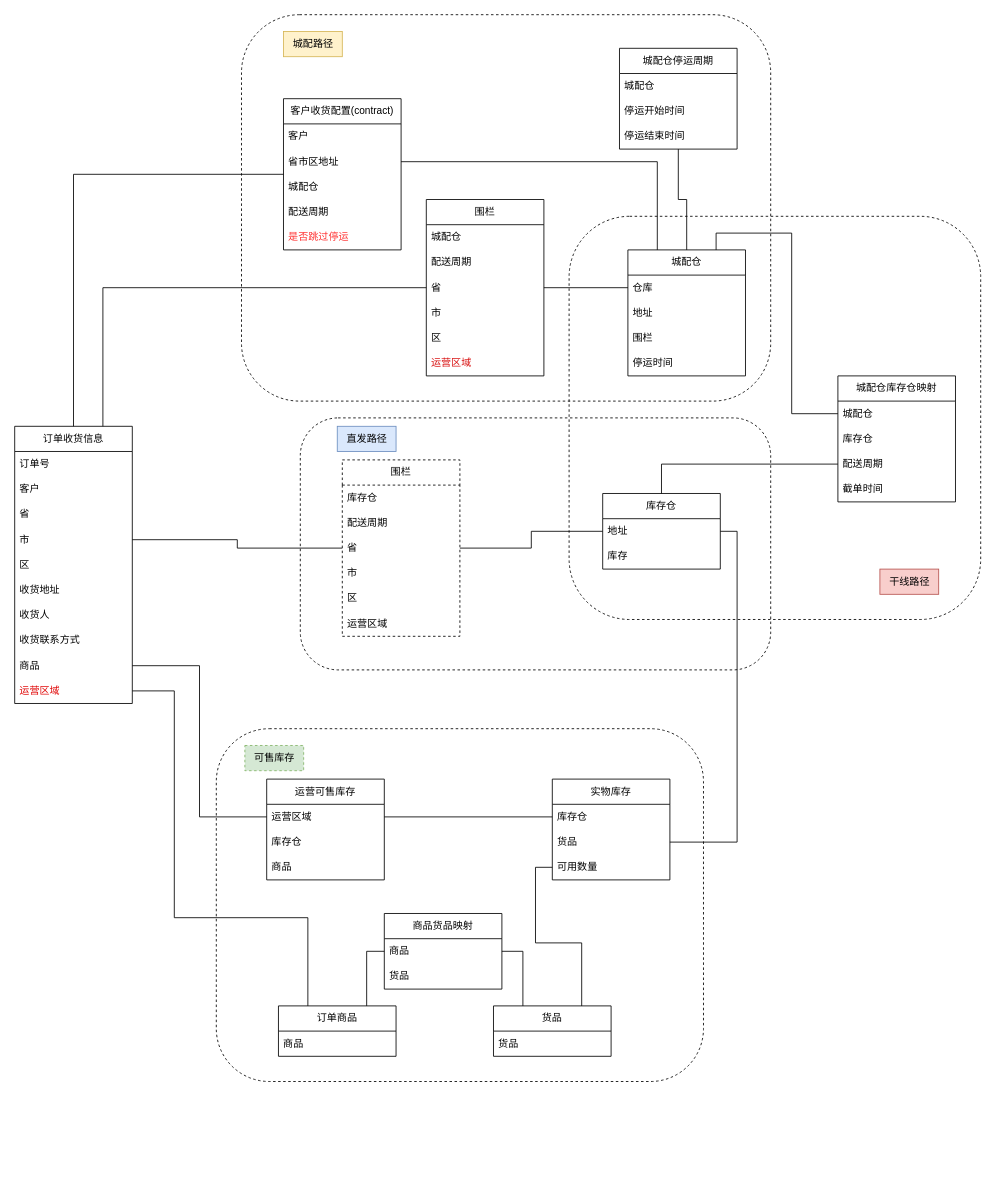
Above: draw.io/履约调度逻辑.drawio in zzqfsy/zzqfsy.github.io (draw.io), before the change. Source tidied: cells renumbered, new cells numbered last; positions are measured from the earlier drawing's top-left corner, leaving out a move shared by most shapes. Both pictures are drawn from the tidied source at 84%, with x=0, y=0 at pixel (14, 14).
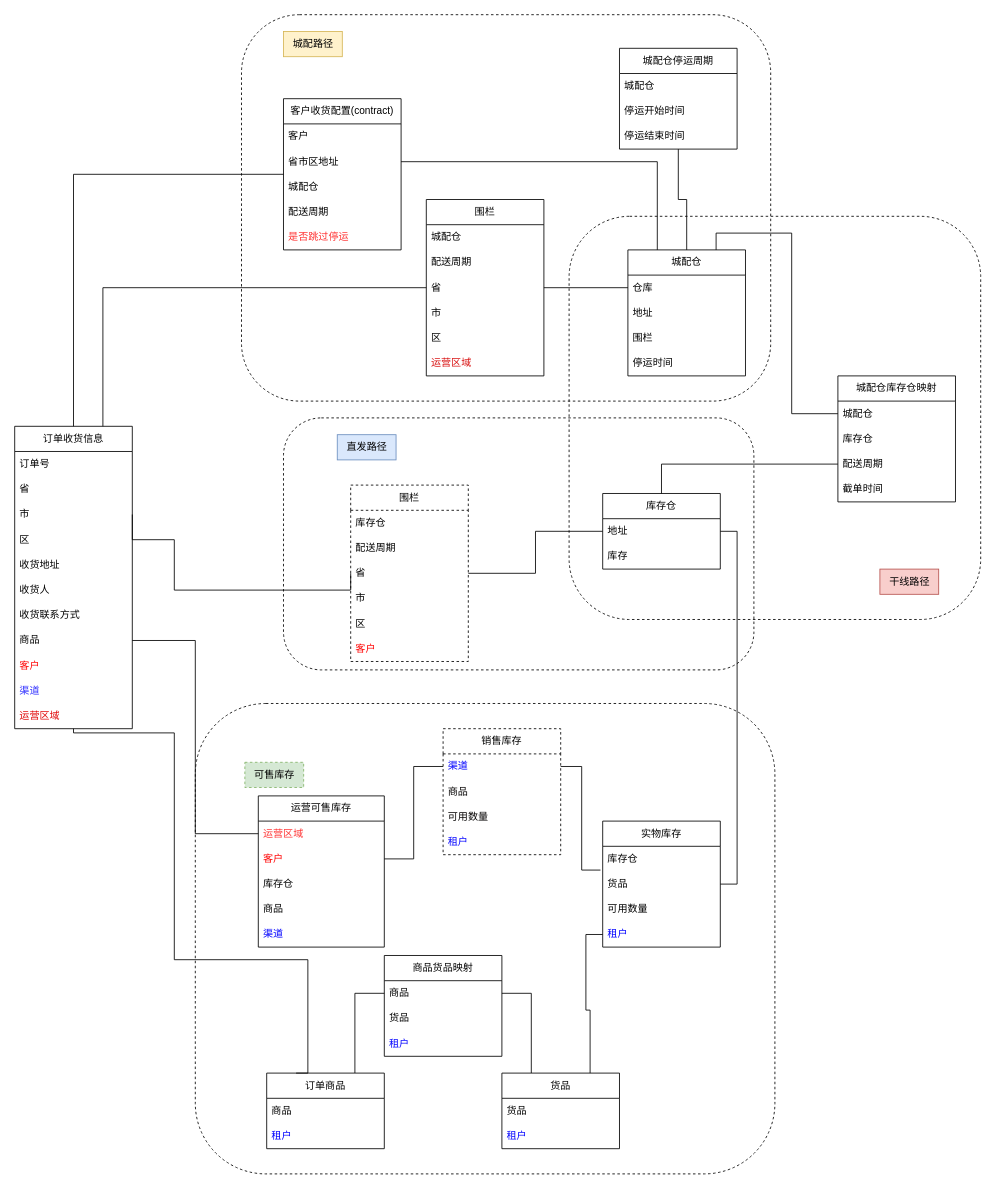
Above is the later version.

Commit message (it also covers changes not shown here):
更新履约调度逻辑.drawio

The change refers to these unchanged cells:
```xml
<mxCell id="31" value="库存仓" style="text;strokeColor=none;fillColor=none;align=left;verticalAlign=middle;spacingLeft=4;spacingRight=4;overflow=hidden;points=[[0,0.5],[1,0.5]];portConstraint=eastwest;whiteSpace=wrap;html=1;" parent="30" vertex="1">
  <mxGeometry y="30" width="140" height="30" as="geometry" />
</mxCell>
<mxCell id="32" value="货品" style="text;strokeColor=none;fillColor=none;align=left;verticalAlign=middle;spacingLeft=4;spacingRight=4;overflow=hidden;points=[[0,0.5],[1,0.5]];portConstraint=eastwest;whiteSpace=wrap;html=1;" parent="30" vertex="1">
  <mxGeometry y="60" width="140" height="30" as="geometry" />
</mxCell>
<mxCell id="79" value="省" style="text;strokeColor=none;fillColor=none;align=left;verticalAlign=middle;spacingLeft=4;spacingRight=4;overflow=hidden;points=[[0,0.5],[1,0.5]];portConstraint=eastwest;whiteSpace=wrap;html=1;dashed=1;fillStyle=auto;" parent="76" vertex="1">
  <mxGeometry y="90" width="140" height="30" as="geometry" />
</mxCell>
```

Diff of the diagram source:
```diff
@@
     <mxCell id="4" value="订单收货信息" style="swimlane;fontStyle=0;horizontal=1;startSize=30;whiteSpace=wrap;html=1;" parent="1" vertex="1">
-      <mxGeometry y="490" width="140" height="330" as="geometry" />
+      <mxGeometry y="490" width="140" height="360" as="geometry" />
     </mxCell>
@@
-    <mxCell id="6" value="客户" style="text;strokeColor=none;fillColor=none;align=left;verticalAlign=middle;spacingLeft=4;spacingRight=4;overflow=hidden;whiteSpace=wrap;html=1;" parent="4" vertex="1">
-      <mxGeometry y="60" width="140" height="30" as="geometry" />
-    </mxCell>
     <mxCell id="7" value="省" style="text;strokeColor=none;fillColor=none;align=left;verticalAlign=middle;spacingLeft=4;spacingRight=4;overflow=hidden;whiteSpace=wrap;html=1;" parent="4" vertex="1">
-      <mxGeometry y="90" width="140" height="30" as="geometry" />
+      <mxGeometry y="60" width="140" height="30" as="geometry" />
     </mxCell>
     <mxCell id="8" value="市" style="text;strokeColor=none;fillColor=none;align=left;verticalAlign=middle;spacingLeft=4;spacingRight=4;overflow=hidden;points=[[0,0.5],[1,0.5]];portConstraint=eastwest;whiteSpace=wrap;html=1;" parent="4" vertex="1">
-      <mxGeometry y="120" width="140" height="30" as="geometry" />
+      <mxGeometry y="90" width="140" height="30" as="geometry" />
     </mxCell>
     <mxCell id="9" value="区" style="text;strokeColor=none;fillColor=none;align=left;verticalAlign=middle;spacingLeft=4;spacingRight=4;overflow=hidden;whiteSpace=wrap;html=1;" parent="4" vertex="1">
-      <mxGeometry y="150" width="140" height="30" as="geometry" />
+      <mxGeometry y="120" width="140" height="30" as="geometry" />
     </mxCell>
     <mxCell id="10" value="收货地址" style="text;strokeColor=none;fillColor=none;align=left;verticalAlign=middle;spacingLeft=4;spacingRight=4;overflow=hidden;whiteSpace=wrap;html=1;" parent="4" vertex="1">
-      <mxGeometry y="180" width="140" height="30" as="geometry" />
+      <mxGeometry y="150" width="140" height="30" as="geometry" />
     </mxCell>
     <mxCell id="11" value="收货人" style="text;strokeColor=none;fillColor=none;align=left;verticalAlign=middle;spacingLeft=4;spacingRight=4;overflow=hidden;whiteSpace=wrap;html=1;" parent="4" vertex="1">
-      <mxGeometry y="210" width="140" height="30" as="geometry" />
+      <mxGeometry y="180" width="140" height="30" as="geometry" />
     </mxCell>
     <mxCell id="12" value="收货联系方式" style="text;strokeColor=none;fillColor=none;align=left;verticalAlign=middle;spacingLeft=4;spacingRight=4;overflow=hidden;whiteSpace=wrap;html=1;" parent="4" vertex="1">
-      <mxGeometry y="240" width="140" height="30" as="geometry" />
+      <mxGeometry y="210" width="140" height="30" as="geometry" />
     </mxCell>
     <mxCell id="13" value="商品" style="text;strokeColor=none;fillColor=none;align=left;verticalAlign=middle;spacingLeft=4;spacingRight=4;overflow=hidden;points=[[0,0.5],[1,0.5]];portConstraint=eastwest;whiteSpace=wrap;html=1;" parent="4" vertex="1">
-      <mxGeometry y="270" width="140" height="30" as="geometry" />
+      <mxGeometry y="240" width="140" height="30" as="geometry" />
     </mxCell>
+    <mxCell id="6" value="客户" style="text;strokeColor=none;fillColor=none;align=left;verticalAlign=middle;spacingLeft=4;spacingRight=4;overflow=hidden;whiteSpace=wrap;html=1;fontColor=#FF0000;" parent="4" vertex="1">
+      <mxGeometry y="270" width="140" height="30" as="geometry" />
+    </mxCell>
+    <mxCell id="89" value="渠道" style="text;strokeColor=none;fillColor=none;align=left;verticalAlign=middle;spacingLeft=4;spacingRight=4;overflow=hidden;whiteSpace=wrap;html=1;fontColor=#3333FF;" parent="4" vertex="1">
+      <mxGeometry y="300" width="140" height="30" as="geometry" />
+    </mxCell>
     <mxCell id="14" value="运营区域" style="text;strokeColor=none;fillColor=none;align=left;verticalAlign=middle;spacingLeft=4;spacingRight=4;overflow=hidden;points=[[0,0.5],[1,0.5]];portConstraint=eastwest;whiteSpace=wrap;html=1;fontColor=#e00606;" parent="4" vertex="1">
-      <mxGeometry y="300" width="140" height="30" as="geometry" />
+      <mxGeometry y="330" width="140" height="30" as="geometry" />
     </mxCell>
@@
     <mxCell id="25" value="订单商品" style="swimlane;fontStyle=0;horizontal=1;startSize=30;whiteSpace=wrap;html=1;" parent="1" vertex="1">
-      <mxGeometry x="314" y="1180" width="140" height="60" as="geometry" />
+      <mxGeometry x="300" y="1260" width="140" height="90" as="geometry" />
     </mxCell>
@@
+    <mxCell id="90" value="&lt;font color=&quot;#0000ff&quot;&gt;租户&lt;/font&gt;" style="text;strokeColor=none;fillColor=none;align=left;verticalAlign=middle;spacingLeft=4;spacingRight=4;overflow=hidden;whiteSpace=wrap;html=1;" parent="25" vertex="1">
+      <mxGeometry y="60" width="140" height="30" as="geometry" />
+    </mxCell>
     <mxCell id="27" value="商品货品映射" style="swimlane;fontStyle=0;horizontal=1;startSize=30;whiteSpace=wrap;html=1;" parent="1" vertex="1">
-      <mxGeometry x="440" y="1070" width="140" height="90" as="geometry" />
+      <mxGeometry x="440" y="1120" width="140" height="120" as="geometry" />
     </mxCell>
@@
+    <mxCell id="91" value="货品" style="text;strokeColor=none;fillColor=none;align=left;verticalAlign=middle;spacingLeft=4;spacingRight=4;overflow=hidden;whiteSpace=wrap;html=1;" parent="27" vertex="1">
+      <mxGeometry y="60" width="140" height="30" as="geometry" />
+    </mxCell>
-    <mxCell id="29" value="货品" style="text;strokeColor=none;fillColor=none;align=left;verticalAlign=middle;spacingLeft=4;spacingRight=4;overflow=hidden;whiteSpace=wrap;html=1;" parent="27" vertex="1">
-      <mxGeometry y="60" width="140" height="30" as="geometry" />
+    <mxCell id="29" value="&lt;font color=&quot;#0000ff&quot;&gt;租户&lt;/font&gt;" style="text;strokeColor=none;fillColor=none;align=left;verticalAlign=middle;spacingLeft=4;spacingRight=4;overflow=hidden;whiteSpace=wrap;html=1;" parent="27" vertex="1">
+      <mxGeometry y="90" width="140" height="30" as="geometry" />
     </mxCell>
     <mxCell id="30" value="实物库存" style="swimlane;fontStyle=0;horizontal=1;startSize=30;whiteSpace=wrap;html=1;" parent="1" vertex="1">
-      <mxGeometry x="640" y="910" width="140" height="120" as="geometry" />
+      <mxGeometry x="700" y="960" width="140" height="150" as="geometry" />
     </mxCell>
@@
+    <mxCell id="92" value="可用数量" style="text;strokeColor=none;fillColor=none;align=left;verticalAlign=middle;spacingLeft=4;spacingRight=4;overflow=hidden;whiteSpace=wrap;html=1;" parent="30" vertex="1">
+      <mxGeometry y="90" width="140" height="30" as="geometry" />
+    </mxCell>
-    <mxCell id="33" value="可用数量" style="text;strokeColor=none;fillColor=none;align=left;verticalAlign=middle;spacingLeft=4;spacingRight=4;overflow=hidden;points=[[0,0.5],[1,0.5]];portConstraint=eastwest;whiteSpace=wrap;html=1;" parent="30" vertex="1">
-      <mxGeometry y="90" width="140" height="30" as="geometry" />
+    <mxCell id="33" value="&lt;font color=&quot;#0000ff&quot;&gt;租户&lt;/font&gt;" style="text;strokeColor=none;fillColor=none;align=left;verticalAlign=middle;spacingLeft=4;spacingRight=4;overflow=hidden;points=[[0,0.5],[1,0.5]];portConstraint=eastwest;whiteSpace=wrap;html=1;" parent="30" vertex="1">
+      <mxGeometry y="120" width="140" height="30" as="geometry" />
     </mxCell>
@@
     <mxCell id="52" value="货品" style="swimlane;fontStyle=0;horizontal=1;startSize=30;whiteSpace=wrap;html=1;" parent="1" vertex="1">
-      <mxGeometry x="570" y="1180" width="140" height="60" as="geometry" />
+      <mxGeometry x="580" y="1260" width="140" height="90" as="geometry" />
     </mxCell>
@@
+    <mxCell id="93" value="&lt;font color=&quot;#0000ff&quot;&gt;租户&lt;/font&gt;" style="text;strokeColor=none;fillColor=none;align=left;verticalAlign=middle;spacingLeft=4;spacingRight=4;overflow=hidden;whiteSpace=wrap;html=1;" parent="52" vertex="1">
+      <mxGeometry y="60" width="140" height="30" as="geometry" />
+    </mxCell>
@@
     <mxCell id="55" style="edgeStyle=orthogonalEdgeStyle;rounded=0;jettySize=auto;html=1;endArrow=none;endFill=0;entryX=0.25;entryY=0;entryDx=0;entryDy=0;" parent="1" edge="1" source="14" target="25">
       <mxGeometry relative="1" as="geometry">
         <Array as="points">
-          <mxPoint x="190" y="805" />
-          <mxPoint x="190" y="1075" />
-          <mxPoint x="349" y="1075" />
+          <mxPoint x="70" y="855" />
+          <mxPoint x="190" y="855" />
+          <mxPoint x="190" y="1125" />
+          <mxPoint x="349" y="1125" />
         </Array>
       </mxGeometry>
     </mxCell>
@@
     <mxCell id="68" value="运营可售库存" style="swimlane;fontStyle=0;horizontal=1;startSize=30;whiteSpace=wrap;html=1;" parent="1" vertex="1">
-      <mxGeometry x="300" y="910" width="140" height="120" as="geometry" />
+      <mxGeometry x="290" y="930" width="150" height="180" as="geometry" />
     </mxCell>
-    <mxCell id="69" value="运营区域" style="text;strokeColor=none;fillColor=none;align=left;verticalAlign=middle;spacingLeft=4;spacingRight=4;overflow=hidden;points=[[0,0.5],[1,0.5]];portConstraint=eastwest;whiteSpace=wrap;html=1;" parent="68" vertex="1">
-      <mxGeometry y="30" width="140" height="30" as="geometry" />
+    <mxCell id="69" value="运营区域" style="text;strokeColor=none;fillColor=none;align=left;verticalAlign=middle;spacingLeft=4;spacingRight=4;overflow=hidden;points=[[0,0.5],[1,0.5]];portConstraint=eastwest;whiteSpace=wrap;html=1;fontColor=#FF3333;" parent="68" vertex="1">
+      <mxGeometry y="30" width="150" height="30" as="geometry" />
     </mxCell>
-    <mxCell id="70" value="库存仓" style="text;strokeColor=none;fillColor=none;align=left;verticalAlign=middle;spacingLeft=4;spacingRight=4;overflow=hidden;points=[[0,0.5],[1,0.5]];portConstraint=eastwest;whiteSpace=wrap;html=1;" parent="68" vertex="1">
-      <mxGeometry y="60" width="140" height="30" as="geometry" />
+    <mxCell id="70" value="客户" style="text;strokeColor=none;fillColor=none;align=left;verticalAlign=middle;spacingLeft=4;spacingRight=4;overflow=hidden;points=[[0,0.5],[1,0.5]];portConstraint=eastwest;whiteSpace=wrap;html=1;fontColor=#FF0000;" parent="68" vertex="1">
+      <mxGeometry y="60" width="150" height="30" as="geometry" />
     </mxCell>
+    <mxCell id="94" value="库存仓" style="text;strokeColor=none;fillColor=none;align=left;verticalAlign=middle;spacingLeft=4;spacingRight=4;overflow=hidden;whiteSpace=wrap;html=1;" parent="68" vertex="1">
+      <mxGeometry y="90" width="150" height="30" as="geometry" />
+    </mxCell>
+    <mxCell id="95" value="商品" style="text;strokeColor=none;fillColor=none;align=left;verticalAlign=middle;spacingLeft=4;spacingRight=4;overflow=hidden;whiteSpace=wrap;html=1;" parent="68" vertex="1">
+      <mxGeometry y="120" width="150" height="30" as="geometry" />
+    </mxCell>
-    <mxCell id="71" value="商品" style="text;strokeColor=none;fillColor=none;align=left;verticalAlign=middle;spacingLeft=4;spacingRight=4;overflow=hidden;whiteSpace=wrap;html=1;" parent="68" vertex="1">
-      <mxGeometry y="90" width="140" height="30" as="geometry" />
+    <mxCell id="71" value="&lt;font color=&quot;#0000ff&quot;&gt;渠道&lt;/font&gt;" style="text;strokeColor=none;fillColor=none;align=left;verticalAlign=middle;spacingLeft=4;spacingRight=4;overflow=hidden;whiteSpace=wrap;html=1;" parent="68" vertex="1">
+      <mxGeometry y="150" width="150" height="30" as="geometry" />
     </mxCell>
@@
-    <mxCell id="75" style="edgeStyle=orthogonalEdgeStyle;rounded=0;jettySize=auto;html=1;exitX=1;exitY=0.5;exitDx=0;exitDy=0;endArrow=none;endFill=0;" parent="1" edge="1" source="69" target="31">
-      <mxGeometry relative="1" as="geometry" />
-    </mxCell>
     <mxCell id="76" value="围栏" style="swimlane;fontStyle=0;horizontal=1;startSize=30;whiteSpace=wrap;html=1;fillStyle=auto;fillColor=none;gradientColor=default;dashed=1;" parent="1" vertex="1">
-      <mxGeometry x="390" y="530" width="140" height="210" as="geometry" />
+      <mxGeometry x="400" y="560" width="140" height="210" as="geometry" />
     </mxCell>
@@
-    <mxCell id="82" value="运营区域" style="text;strokeColor=none;fillColor=none;align=left;verticalAlign=middle;spacingLeft=4;spacingRight=4;overflow=hidden;whiteSpace=wrap;html=1;dashed=1;fillStyle=auto;" parent="76" vertex="1">
-      <mxGeometry y="180" width="140" height="30" as="geometry" />
-    </mxCell>
+    <mxCell id="96" value="客户" style="text;strokeColor=none;fillColor=none;align=left;verticalAlign=middle;spacingLeft=4;spacingRight=4;overflow=hidden;whiteSpace=wrap;html=1;dashed=1;fillStyle=auto;fontColor=#FF0000;" parent="76" vertex="1">
+      <mxGeometry y="180" width="140" height="30" as="geometry" />
+    </mxCell>
@@
     <mxCell id="84" value="可售库存" style="text;html=1;align=center;verticalAlign=middle;strokeColor=#82b366;fillColor=#d5e8d4;dashed=1;fillStyle=auto;" parent="1" vertex="1">
-      <mxGeometry x="274" y="870" width="70" height="30" as="geometry" />
+      <mxGeometry x="274" y="890" width="70" height="30" as="geometry" />
     </mxCell>
     <mxCell id="85" style="rounded=1;whiteSpace=wrap;html=1;dashed=1;fillStyle=auto;fillColor=none;gradientColor=default;" parent="1" vertex="1">
-      <mxGeometry x="240" y="850" width="580" height="420" as="geometry" />
+      <mxGeometry x="215" y="820" width="690" height="560" as="geometry" />
     </mxCell>
     <mxCell id="86" style="rounded=1;whiteSpace=wrap;html=1;dashed=1;fillStyle=auto;fillColor=none;gradientColor=default;" parent="1" vertex="1">
-      <mxGeometry x="340" y="480" width="560" height="300" as="geometry" />
+      <mxGeometry x="320" y="480" width="560" height="300" as="geometry" />
     </mxCell>
     <mxCell id="87" style="edgeStyle=orthogonalEdgeStyle;rounded=0;jettySize=auto;html=1;exitX=1;exitY=0.5;exitDx=0;exitDy=0;entryX=0;entryY=0.5;entryDx=0;entryDy=0;endArrow=none;endFill=0;" parent="1" edge="1" source="8" target="79">
-      <mxGeometry relative="1" as="geometry" />
+      <mxGeometry relative="1" as="geometry">
+        <Array as="points">
+          <mxPoint x="190" y="625" />
+          <mxPoint x="190" y="685" />
+        </Array>
+      </mxGeometry>
     </mxCell>
     <mxCell id="88" value="直发路径" style="text;html=1;align=center;verticalAlign=middle;strokeColor=#6c8ebf;fillColor=#dae8fc;" parent="1" vertex="1">
-      <mxGeometry x="384" y="490" width="70" height="30" as="geometry" />
+      <mxGeometry x="384" y="500" width="70" height="30" as="geometry" />
     </mxCell>
+    <mxCell id="97" value="&lt;font color=&quot;#000000&quot;&gt;销售库存&lt;/font&gt;" style="swimlane;fontStyle=0;horizontal=1;startSize=30;whiteSpace=wrap;html=1;dashed=1;fillStyle=auto;fontColor=#FF0000;fillColor=none;gradientColor=default;" parent="1" vertex="1">
+      <mxGeometry x="510" y="850" width="140" height="150" as="geometry" />
+    </mxCell>
+    <mxCell id="98" value="&lt;font color=&quot;#0000ff&quot;&gt;渠道&lt;/font&gt;" style="text;strokeColor=none;fillColor=none;align=left;verticalAlign=middle;spacingLeft=4;spacingRight=4;overflow=hidden;points=[[0,0.5],[1,0.5]];portConstraint=eastwest;whiteSpace=wrap;html=1;dashed=1;fillStyle=auto;fontColor=#FF0000;" parent="97" vertex="1">
+      <mxGeometry y="30" width="140" height="30" as="geometry" />
+    </mxCell>
+    <mxCell id="99" value="商品" style="text;strokeColor=none;fillColor=none;align=left;verticalAlign=middle;spacingLeft=4;spacingRight=4;overflow=hidden;whiteSpace=wrap;html=1;dashed=1;fillStyle=auto;fontColor=#030000;" parent="97" vertex="1">
+      <mxGeometry y="60" width="140" height="30" as="geometry" />
+    </mxCell>
+    <mxCell id="100" value="可用数量" style="text;strokeColor=none;fillColor=none;align=left;verticalAlign=middle;spacingLeft=4;spacingRight=4;overflow=hidden;whiteSpace=wrap;html=1;dashed=1;fillStyle=auto;fontColor=#030000;" parent="97" vertex="1">
+      <mxGeometry y="90" width="140" height="30" as="geometry" />
+    </mxCell>
+    <mxCell id="101" value="&lt;font color=&quot;#0000ff&quot;&gt;租户&lt;/font&gt;" style="text;strokeColor=none;fillColor=none;align=left;verticalAlign=middle;spacingLeft=4;spacingRight=4;overflow=hidden;whiteSpace=wrap;html=1;dashed=1;fillStyle=auto;fontColor=#030000;" parent="97" vertex="1">
+      <mxGeometry y="120" width="140" height="30" as="geometry" />
+    </mxCell>
+    <mxCell id="102" style="edgeStyle=orthogonalEdgeStyle;rounded=0;jettySize=auto;html=1;exitX=1;exitY=0.5;exitDx=0;exitDy=0;entryX=0;entryY=0.5;entryDx=0;entryDy=0;fontColor=#000000;endArrow=none;endFill=0;" parent="1" edge="1" source="70" target="98">
+      <mxGeometry relative="1" as="geometry" />
+    </mxCell>
+    <mxCell id="103" style="edgeStyle=orthogonalEdgeStyle;rounded=0;jettySize=auto;html=1;exitX=1;exitY=0.5;exitDx=0;exitDy=0;entryX=-0.019;entryY=-0.056;entryDx=0;entryDy=0;entryPerimeter=0;fontColor=#000000;endArrow=none;endFill=0;" parent="1" edge="1" source="98" target="32">
+      <mxGeometry relative="1" as="geometry" />
+    </mxCell>
```
